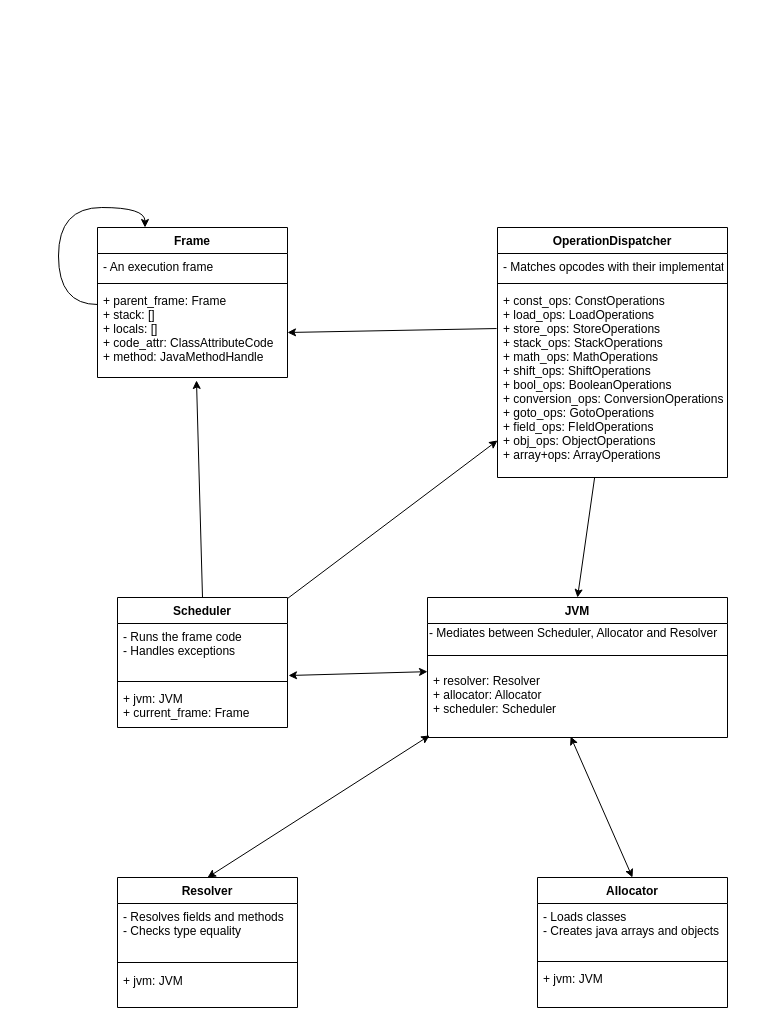
Before: diagram.drawio in chrimeea/giuseppe, a draw.io diagram. Source tidied: cells renumbered, new cells numbered last; positions are measured from the earlier drawing's top-left corner, leaving out a move shared by most shapes. Both pictures are drawn from the tidied source at 100%, with x=0, y=0 at pixel (58, 207).
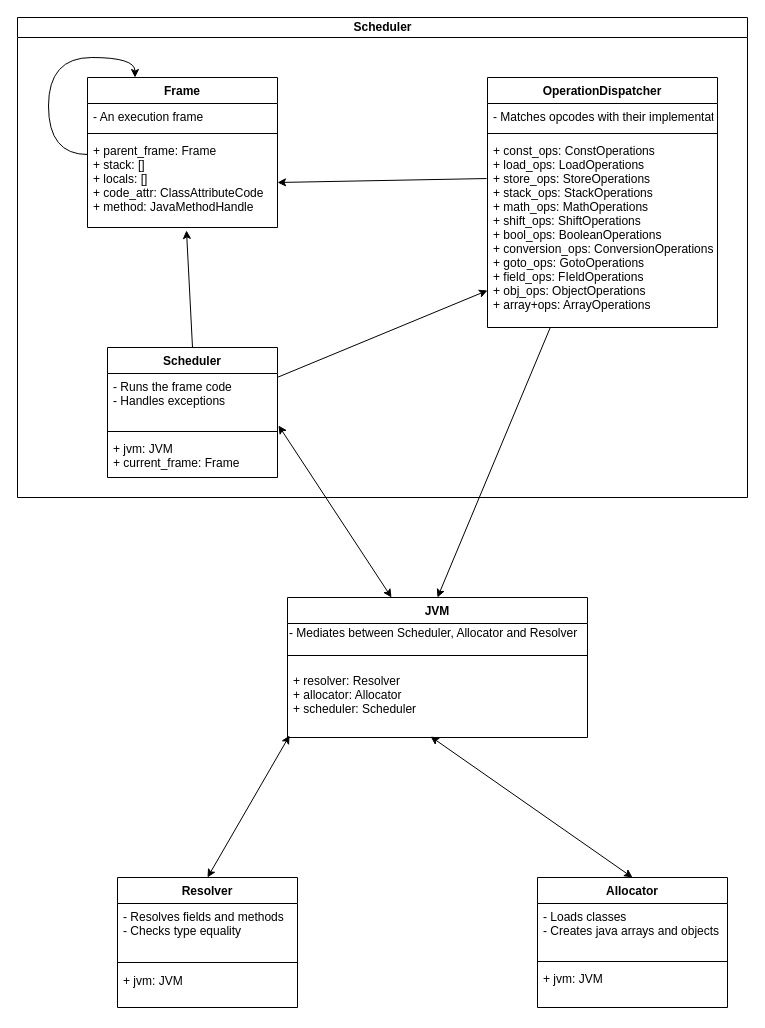
Above is the later version.

Commit message:
component diagram

Change to the diagram source:
```diff
@@
     <mxCell id="5" value="JVM" style="swimlane;fontStyle=1;align=center;verticalAlign=top;horizontal=1;startSize=26;" parent="1" vertex="1">
-      <mxGeometry x="369" y="390" width="300" height="140" as="geometry" />
+      <mxGeometry x="229" y="390" width="300" height="140" as="geometry" />
     </mxCell>
@@
     <mxCell id="19" value="Scheduler" style="swimlane;fontStyle=1;align=center;verticalAlign=top;horizontal=1;startSize=26;" parent="1" vertex="1">
-      <mxGeometry x="59" y="390" width="170" height="130" as="geometry" />
+      <mxGeometry x="49" y="140" width="170" height="130" as="geometry" />
     </mxCell>
@@
     <mxCell id="23" value="Frame" style="swimlane;fontStyle=1;align=center;verticalAlign=top;horizontal=1;startSize=26;" parent="1" vertex="1">
-      <mxGeometry x="39" y="20" width="190" height="150" as="geometry" />
+      <mxGeometry x="29" y="-130" width="190" height="150" as="geometry" />
     </mxCell>
@@
     <mxCell id="29" value="OperationDispatcher" style="swimlane;fontStyle=1;align=center;verticalAlign=top;horizontal=1;startSize=26;" parent="1" vertex="1">
-      <mxGeometry x="439" y="20" width="230" height="250" as="geometry" />
+      <mxGeometry x="429" y="-130" width="230" height="250" as="geometry" />
     </mxCell>
@@
+    <mxCell id="34" value="Scheduler" style="swimlane;html=1;startSize=20;horizontal=1;containerType=tree;newEdgeStyle={&quot;edgeStyle&quot;:&quot;elbowEdgeStyle&quot;,&quot;startArrow&quot;:&quot;none&quot;,&quot;endArrow&quot;:&quot;none&quot;};" parent="1" vertex="1">
+      <mxGeometry x="-41" y="-190" width="730" height="480" as="geometry" />
+    </mxCell>
```
